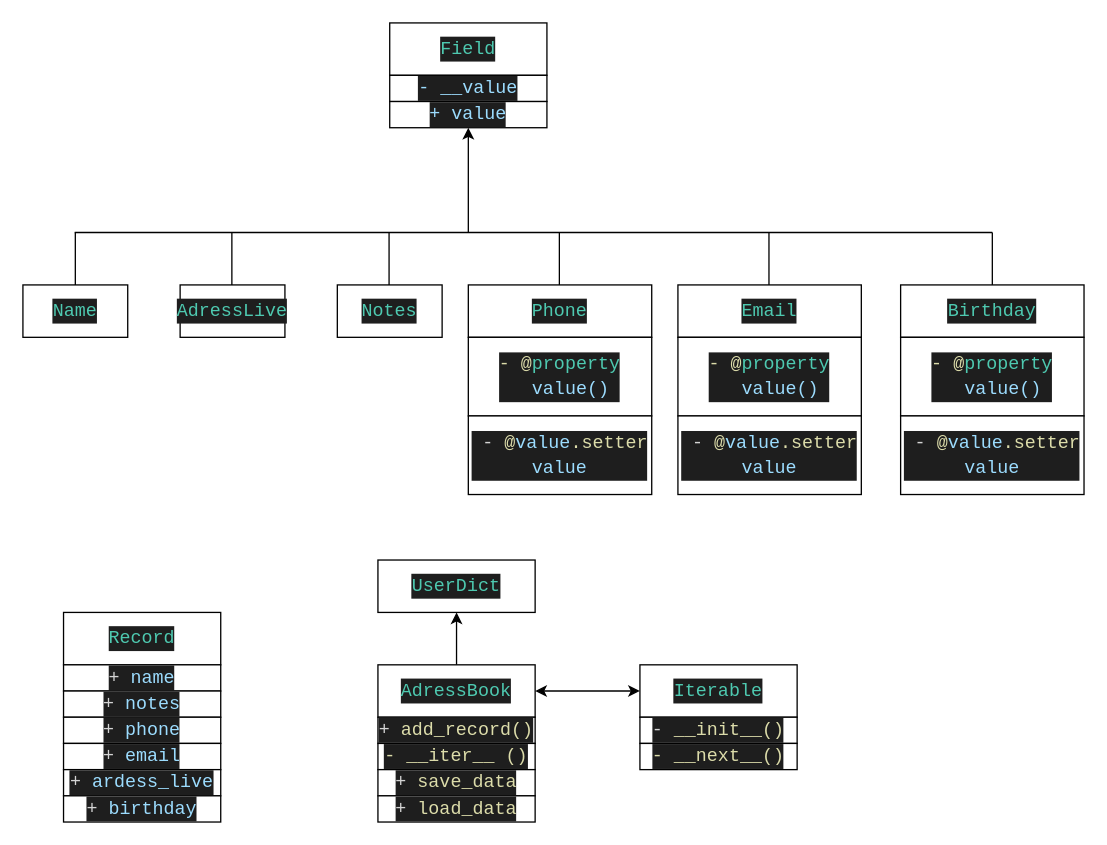
Earlier version of the draw.io diagram WEB_HW_2/test.drawio (DioSWolF/Homeworks). Source tidied: cells renumbered, new cells numbered last; positions are measured from the earlier drawing's top-left corner, leaving out a move shared by most shapes. Both pictures are drawn from the tidied source at 131%, with x=0, y=0 at pixel (22, 22).
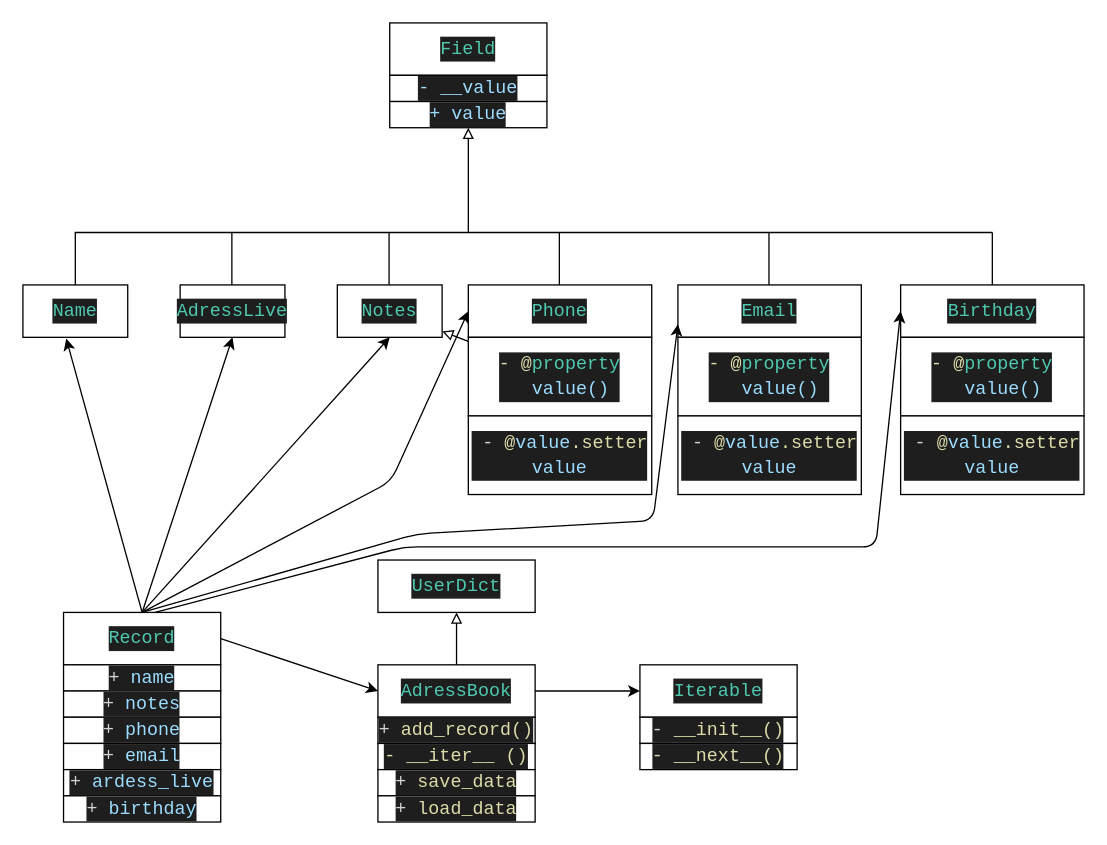
The same diagram, later.

Unchanged cells that the change refers to:
```xml
<mxCell id="4" value="&lt;div style=&quot;color: rgb(212 , 212 , 212) ; background-color: rgb(30 , 30 , 30) ; font-family: &amp;#34;consolas&amp;#34; , &amp;#34;courier new&amp;#34; , monospace ; font-size: 14px ; line-height: 19px&quot;&gt;&lt;span style=&quot;color: #9cdcfe&quot;&gt;+ value&lt;/span&gt;&lt;/div&gt;" style="rounded=0;whiteSpace=wrap;html=1;" parent="1" vertex="1">
  <mxGeometry x="280" y="60" width="120" height="20" as="geometry" />
</mxCell>
<mxCell id="5" value="&lt;div style=&quot;color: rgb(212 , 212 , 212) ; background-color: rgb(30 , 30 , 30) ; font-family: &amp;#34;consolas&amp;#34; , &amp;#34;courier new&amp;#34; , monospace ; font-size: 14px ; line-height: 19px&quot;&gt;&lt;span style=&quot;color: #4ec9b0&quot;&gt;Name&lt;/span&gt;&lt;/div&gt;" style="rounded=0;whiteSpace=wrap;html=1;" parent="1" vertex="1">
  <mxGeometry y="200" width="80" height="40" as="geometry" />
</mxCell>
<mxCell id="6" value="&lt;div style=&quot;color: rgb(212 , 212 , 212) ; background-color: rgb(30 , 30 , 30) ; font-family: &amp;#34;consolas&amp;#34; , &amp;#34;courier new&amp;#34; , monospace ; font-size: 14px ; line-height: 19px&quot;&gt;&lt;span style=&quot;color: #4ec9b0&quot;&gt;Phone&lt;/span&gt;&lt;/div&gt;" style="rounded=0;whiteSpace=wrap;html=1;" parent="1" vertex="1">
  <mxGeometry x="340" y="200" width="140" height="40" as="geometry" />
</mxCell>
<mxCell id="7" value="&lt;div style=&quot;color: rgb(212 , 212 , 212) ; background-color: rgb(30 , 30 , 30) ; font-family: &amp;#34;consolas&amp;#34; , &amp;#34;courier new&amp;#34; , monospace ; font-size: 14px ; line-height: 19px&quot;&gt;&lt;span style=&quot;color: #4ec9b0&quot;&gt;Notes&lt;/span&gt;&lt;/div&gt;" style="rounded=0;whiteSpace=wrap;html=1;" parent="1" vertex="1">
  <mxGeometry x="240" y="200" width="80" height="40" as="geometry" />
</mxCell>
<mxCell id="8" value="&lt;div style=&quot;color: rgb(212 , 212 , 212) ; background-color: rgb(30 , 30 , 30) ; font-family: &amp;#34;consolas&amp;#34; , &amp;#34;courier new&amp;#34; , monospace ; font-size: 14px ; line-height: 19px&quot;&gt;&lt;span style=&quot;color: #4ec9b0&quot;&gt;AdressLive&lt;/span&gt;&lt;/div&gt;" style="rounded=0;whiteSpace=wrap;html=1;" parent="1" vertex="1">
  <mxGeometry x="120" y="200" width="80" height="40" as="geometry" />
</mxCell>
<mxCell id="17" value="&lt;div style=&quot;color: rgb(212 , 212 , 212) ; background-color: rgb(30 , 30 , 30) ; font-family: &amp;#34;consolas&amp;#34; , &amp;#34;courier new&amp;#34; , monospace ; font-size: 14px ; line-height: 19px&quot;&gt;&lt;div&gt;&lt;span style=&quot;color: #dcdcaa&quot;&gt;- @&lt;/span&gt;&lt;span style=&quot;color: #4ec9b0&quot;&gt;property&lt;/span&gt;&lt;/div&gt;&lt;div&gt;&amp;nbsp; &lt;span style=&quot;color: #9cdcfe&quot;&gt;value()&lt;/span&gt;&lt;/div&gt;&lt;/div&gt;" style="rounded=0;whiteSpace=wrap;html=1;" parent="1" vertex="1">
  <mxGeometry x="340" y="240" width="140" height="60" as="geometry" />
</mxCell>
<mxCell id="19" value="&lt;div style=&quot;color: rgb(212 , 212 , 212) ; background-color: rgb(30 , 30 , 30) ; font-family: &amp;#34;consolas&amp;#34; , &amp;#34;courier new&amp;#34; , monospace ; font-size: 14px ; line-height: 19px&quot;&gt;&lt;span style=&quot;color: rgb(78 , 201 , 176)&quot;&gt;Email&lt;/span&gt;&lt;br&gt;&lt;/div&gt;" style="rounded=0;whiteSpace=wrap;html=1;" parent="1" vertex="1">
  <mxGeometry x="500" y="200" width="140" height="40" as="geometry" />
</mxCell>
<mxCell id="22" value="&lt;div style=&quot;color: rgb(212 , 212 , 212) ; background-color: rgb(30 , 30 , 30) ; font-family: &amp;#34;consolas&amp;#34; , &amp;#34;courier new&amp;#34; , monospace ; font-size: 14px ; line-height: 19px&quot;&gt;&lt;span style=&quot;color: rgb(78 , 201 , 176)&quot;&gt;Birthday&lt;/span&gt;&lt;br&gt;&lt;/div&gt;" style="rounded=0;whiteSpace=wrap;html=1;" parent="1" vertex="1">
  <mxGeometry x="670" y="200" width="140" height="40" as="geometry" />
</mxCell>
<mxCell id="25" value="&lt;div style=&quot;color: rgb(212 , 212 , 212) ; background-color: rgb(30 , 30 , 30) ; font-family: &amp;#34;consolas&amp;#34; , &amp;#34;courier new&amp;#34; , monospace ; font-size: 14px ; line-height: 19px&quot;&gt;&lt;span style=&quot;color: #4ec9b0&quot;&gt;Record&lt;/span&gt;&lt;/div&gt;" style="rounded=0;whiteSpace=wrap;html=1;" parent="1" vertex="1">
  <mxGeometry x="31" y="450" width="120" height="40" as="geometry" />
</mxCell>
<mxCell id="33" value="&lt;div style=&quot;color: rgb(212 , 212 , 212) ; background-color: rgb(30 , 30 , 30) ; font-family: &amp;#34;consolas&amp;#34; , &amp;#34;courier new&amp;#34; , monospace ; font-size: 14px ; line-height: 19px&quot;&gt;&lt;div style=&quot;font-family: &amp;#34;consolas&amp;#34; , &amp;#34;courier new&amp;#34; , monospace ; line-height: 19px&quot;&gt;&lt;span style=&quot;color: #4ec9b0&quot;&gt;AdressBook&lt;/span&gt;&lt;/div&gt;&lt;/div&gt;" style="rounded=0;whiteSpace=wrap;html=1;" parent="1" vertex="1">
  <mxGeometry x="271" y="490" width="120" height="40" as="geometry" />
</mxCell>
<mxCell id="38" value="&lt;div style=&quot;color: rgb(212 , 212 , 212) ; background-color: rgb(30 , 30 , 30) ; font-family: &amp;#34;consolas&amp;#34; , &amp;#34;courier new&amp;#34; , monospace ; font-size: 14px ; line-height: 19px&quot;&gt;&lt;span style=&quot;color: #4ec9b0&quot;&gt;UserDict&lt;/span&gt;&lt;/div&gt;" style="rounded=0;whiteSpace=wrap;html=1;" parent="1" vertex="1">
  <mxGeometry x="271" y="410" width="120" height="40" as="geometry" />
</mxCell>
<mxCell id="39" value="&lt;div style=&quot;color: rgb(212 , 212 , 212) ; background-color: rgb(30 , 30 , 30) ; font-family: &amp;#34;consolas&amp;#34; , &amp;#34;courier new&amp;#34; , monospace ; font-size: 14px ; line-height: 19px&quot;&gt;&lt;div style=&quot;font-family: &amp;#34;consolas&amp;#34; , &amp;#34;courier new&amp;#34; , monospace ; line-height: 19px&quot;&gt;&lt;div style=&quot;font-family: &amp;#34;consolas&amp;#34; , &amp;#34;courier new&amp;#34; , monospace ; line-height: 19px&quot;&gt;&lt;span style=&quot;color: #4ec9b0&quot;&gt;Iterable&lt;/span&gt;&lt;/div&gt;&lt;/div&gt;&lt;/div&gt;" style="rounded=0;whiteSpace=wrap;html=1;" parent="1" vertex="1">
  <mxGeometry x="471" y="490" width="120" height="40" as="geometry" />
</mxCell>
```

The edit, as a diff of the source:
```diff
@@
-    <mxCell id="16" style="endArrow=classic;html=1;entryX=0.5;entryY=1;entryDx=0;entryDy=0;" parent="1" edge="1" target="4">
+    <mxCell id="16" style="endArrow=block;html=1;entryX=0.5;entryY=1;entryDx=0;entryDy=0;endFill=0;" parent="1" edge="1" target="4">
       <mxGeometry relative="1" as="geometry">
         <mxPoint x="340" y="160" as="sourcePoint" />
       </mxGeometry>
     </mxCell>
+    <mxCell id="43" style="edgeStyle=none;html=1;endArrow=block;endFill=0;" parent="1" edge="1" source="17" target="7">
+      <mxGeometry relative="1" as="geometry" />
+    </mxCell>
@@
-    <mxCell id="32" style="edgeStyle=none;html=1;exitX=0.5;exitY=0;exitDx=0;exitDy=0;entryX=0.5;entryY=1;entryDx=0;entryDy=0;" parent="1" edge="1" source="33" target="38">
+    <mxCell id="32" style="edgeStyle=none;html=1;exitX=0.5;exitY=0;exitDx=0;exitDy=0;entryX=0.5;entryY=1;entryDx=0;entryDy=0;endArrow=block;endFill=0;" parent="1" edge="1" source="33" target="38">
       <mxGeometry relative="1" as="geometry" />
     </mxCell>
@@
-    <mxCell id="42" style="endArrow=classic;startArrow=classic;html=1;entryX=0;entryY=0.5;entryDx=0;entryDy=0;exitX=1;exitY=0.5;exitDx=0;exitDy=0;" parent="1" edge="1" source="33" target="39">
-      <mxGeometry relative="1" as="geometry" />
-    </mxCell>
+    <mxCell id="44" style="endArrow=classic;html=1;entryX=0;entryY=0.5;entryDx=0;entryDy=0;" parent="1" edge="1" target="39">
+      <mxGeometry relative="1" as="geometry">
+        <mxPoint x="391" y="510" as="sourcePoint" />
+      </mxGeometry>
+    </mxCell>
+    <mxCell id="45" style="endArrow=classic;html=1;entryX=0;entryY=0.5;entryDx=0;entryDy=0;" parent="1" edge="1" target="33">
+      <mxGeometry relative="1" as="geometry">
+        <mxPoint x="151" y="470" as="sourcePoint" />
+      </mxGeometry>
+    </mxCell>
+    <mxCell id="46" style="endArrow=classic;html=1;entryX=0;entryY=0.75;entryDx=0;entryDy=0;" parent="1" edge="1" target="19">
+      <mxGeometry relative="1" as="geometry">
+        <mxPoint x="91" y="450" as="sourcePoint" />
+        <Array as="points">
+          <mxPoint x="301" y="390" />
+          <mxPoint x="481" y="380" />
+        </Array>
+      </mxGeometry>
+    </mxCell>
+    <mxCell id="47" style="endArrow=classic;html=1;entryX=0;entryY=0.5;entryDx=0;entryDy=0;" parent="1" edge="1" target="22">
+      <mxGeometry relative="1" as="geometry">
+        <mxPoint x="101" y="450" as="sourcePoint" />
+        <Array as="points">
+          <mxPoint x="291" y="400" />
+          <mxPoint x="651" y="400" />
+        </Array>
+      </mxGeometry>
+    </mxCell>
+    <mxCell id="48" style="endArrow=classic;html=1;exitX=0.5;exitY=0;exitDx=0;exitDy=0;entryX=0;entryY=0.5;entryDx=0;entryDy=0;" parent="1" edge="1" source="25" target="6">
+      <mxGeometry relative="1" as="geometry">
+        <Array as="points">
+          <mxPoint x="281" y="350" />
+        </Array>
+      </mxGeometry>
+    </mxCell>
+    <mxCell id="49" style="endArrow=classic;html=1;entryX=0.5;entryY=1;entryDx=0;entryDy=0;exitX=0.5;exitY=0;exitDx=0;exitDy=0;" parent="1" edge="1" source="25" target="7">
+      <mxGeometry relative="1" as="geometry" />
+    </mxCell>
+    <mxCell id="50" style="endArrow=classic;html=1;entryX=0.5;entryY=1;entryDx=0;entryDy=0;" parent="1" edge="1" target="8">
+      <mxGeometry relative="1" as="geometry">
+        <mxPoint x="91" y="450" as="sourcePoint" />
+      </mxGeometry>
+    </mxCell>
+    <mxCell id="51" style="endArrow=classic;html=1;entryX=0.413;entryY=1.025;entryDx=0;entryDy=0;entryPerimeter=0;exitX=0.5;exitY=0;exitDx=0;exitDy=0;" parent="1" edge="1" source="25" target="5">
+      <mxGeometry relative="1" as="geometry" />
+    </mxCell>
```
